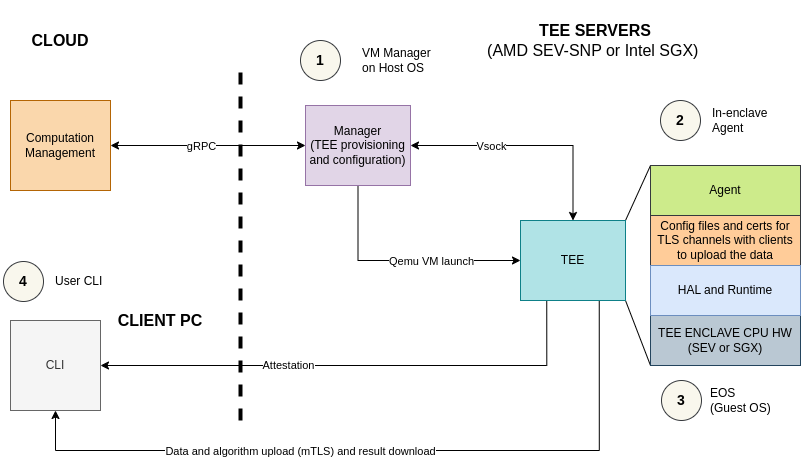
The draw.io diagram static/img/arch.png in ultravioletrs/cocos-docs, before a commit. Source tidied: cells renumbered, new cells last; positions are measured from the earlier drawing's top-left corner, leaving out a move shared by most shapes.
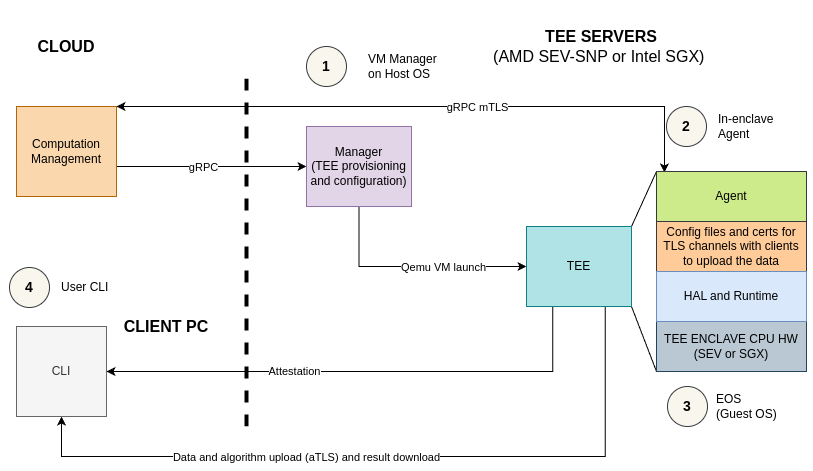
Later version of the same file.

Change to the diagram source:
```diff
@@ -24,7 +24,7 @@
         </Array>
       </mxGeometry>
     </mxCell>
-    <mxCell id="7" value="Data and algorithm upload (mTLS) and result download" style="edgeLabel;html=1;align=center;verticalAlign=middle;" parent="6" vertex="1">
+    <mxCell id="7" value="Data and algorithm upload (aTLS) and result download" style="edgeLabel;html=1;align=center;verticalAlign=middle;" parent="6" vertex="1">
       <mxGeometry x="0.42" y="3" relative="1" as="geometry">
         <mxPoint x="74" y="-3" as="offset" />
       </mxGeometry>
@@ -40,16 +40,20 @@
         <mxPoint x="43" y="-2" as="offset" />
       </mxGeometry>
     </mxCell>
-    <mxCell id="11" style="edgeStyle=orthogonalEdgeStyle;rounded=0;jettySize=auto;html=1;exitX=1;exitY=0.5;exitDx=0;exitDy=0;entryX=0.5;entryY=0;entryDx=0;entryDy=0;startArrow=classic;startFill=1;" parent="1" edge="1" source="13" target="8">
-      <mxGeometry relative="1" as="geometry" />
+    <mxCell id="11" style="edgeStyle=orthogonalEdgeStyle;rounded=0;jettySize=auto;html=1;exitX=1;exitY=0;exitDx=0;exitDy=0;entryX=0.053;entryY=0.02;entryDx=0;entryDy=0;startArrow=classic;startFill=1;entryPerimeter=0;" parent="1" edge="1" source="25" target="16">
+      <mxGeometry relative="1" as="geometry">
+        <Array as="points">
+          <mxPoint x="658" y="100" />
+        </Array>
+      </mxGeometry>
     </mxCell>
-    <mxCell id="12" value="Vsock" style="edgeLabel;html=1;align=center;verticalAlign=middle;" parent="11" vertex="1">
+    <mxCell id="12" value="gRPC mTLS" style="edgeLabel;html=1;align=center;verticalAlign=middle;" parent="11" vertex="1">
       <mxGeometry x="-0.13" y="-3" relative="1" as="geometry">
-        <mxPoint x="-23" y="-3" as="offset" />
+        <mxPoint x="94" y="-3" as="offset" />
       </mxGeometry>
     </mxCell>
     <mxCell id="13" value="Manager&lt;br&gt;(TEE provisioning and configuration)" style="rounded=0;whiteSpace=wrap;html=1;fillColor=#e1d5e7;strokeColor=#9673a6;" parent="1" vertex="1">
-      <mxGeometry x="305" y="105" width="105" height="80" as="geometry" />
+      <mxGeometry x="300" y="120" width="105" height="80" as="geometry" />
     </mxCell>
     <mxCell id="14" style="group;" parent="1" vertex="1">
       <mxGeometry x="650" y="85" width="150" height="350" as="geometry" />
@@ -78,8 +82,12 @@
     <mxCell id="22" value="EOS&lt;div&gt;(Guest OS)&lt;/div&gt;" style="text;html=1;strokeColor=none;fillColor=none;align=left;verticalAlign=middle;whiteSpace=wrap;rounded=0;" parent="14" vertex="1">
       <mxGeometry x="58" y="300" width="70" height="30" as="geometry" />
     </mxCell>
-    <mxCell id="23" style="edgeStyle=orthogonalEdgeStyle;rounded=0;jettySize=auto;html=1;exitX=1;exitY=0.5;exitDx=0;exitDy=0;entryX=0;entryY=0.5;entryDx=0;entryDy=0;endArrow=classic;endFill=1;startArrow=classic;startFill=1;" parent="1" edge="1" source="25" target="13">
-      <mxGeometry relative="1" as="geometry" />
+    <mxCell id="23" style="edgeStyle=orthogonalEdgeStyle;rounded=0;jettySize=auto;html=1;exitX=1;exitY=0.644;exitDx=0;exitDy=0;entryX=0;entryY=0.5;entryDx=0;entryDy=0;endArrow=classic;endFill=1;startArrow=none;startFill=0;exitPerimeter=0;" parent="1" edge="1" source="25" target="13">
+      <mxGeometry relative="1" as="geometry">
+        <Array as="points">
+          <mxPoint x="110" y="160" />
+        </Array>
+      </mxGeometry>
     </mxCell>
     <mxCell id="24" value="gRPC" style="edgeLabel;html=1;align=center;verticalAlign=middle;" parent="23" vertex="1">
       <mxGeometry x="-0.08" y="-2" relative="1" as="geometry">
```
